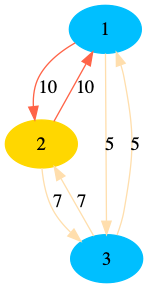
Earlier version of the Graphviz export run/output/graph055.gv.png (CarlosMatheus/Distributed-Minimum-Spanning-Tree). Its source is kept beside it as run/output/graph055.gv. Its diagram source:
```dot
digraph "output/graph055" {
	1 [color=deepskyblue1 style=filled]
	2 [color=gold1 style=filled]
	3 [color=deepskyblue1 style=filled]
	1 -> 2 [label=10 color=tomato]
	2 -> 1 [label=10 color=tomato]
	2 -> 3 [label=7 color=navajowhite]
	3 -> 2 [label=7 color=navajowhite]
	1 -> 3 [label=5 color=navajowhite]
	3 -> 1 [label=5 color=navajowhite]
}
```
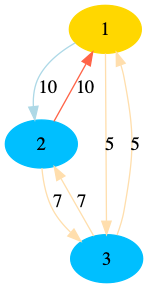
Above is the later version.

Diff of the diagram source:
```diff
@@ -1,8 +1,8 @@
 digraph "output/graph055" {
-	1 [color=deepskyblue1 style=filled]
-	2 [color=gold1 style=filled]
+	1 [color=gold1 style=filled]
+	2 [color=deepskyblue1 style=filled]
 	3 [color=deepskyblue1 style=filled]
-	1 -> 2 [label=10 color=tomato]
+	1 -> 2 [label=10 color=lightblue]
 	2 -> 1 [label=10 color=tomato]
 	2 -> 3 [label=7 color=navajowhite]
 	3 -> 2 [label=7 color=navajowhite]
```
